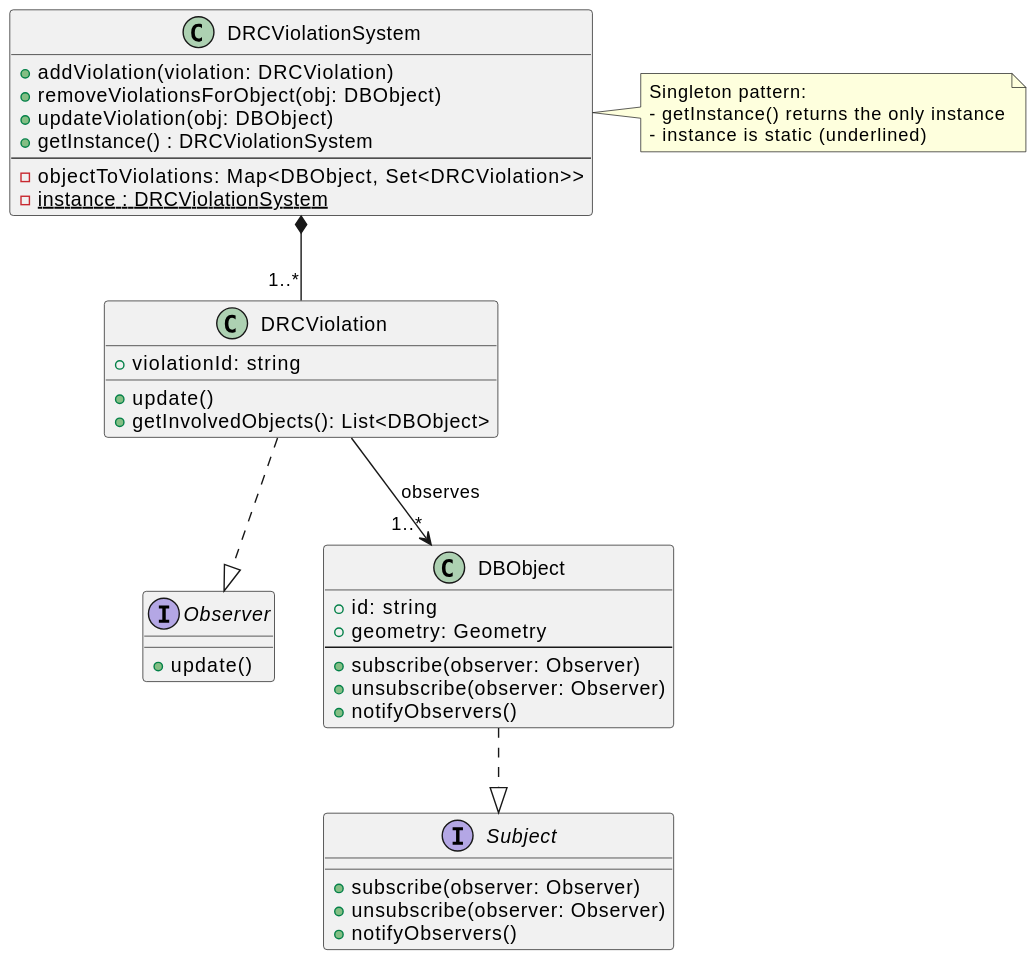
Above: design/design.svg in detective-sokka/DRCViolationSystem (PlantUML), before the change.
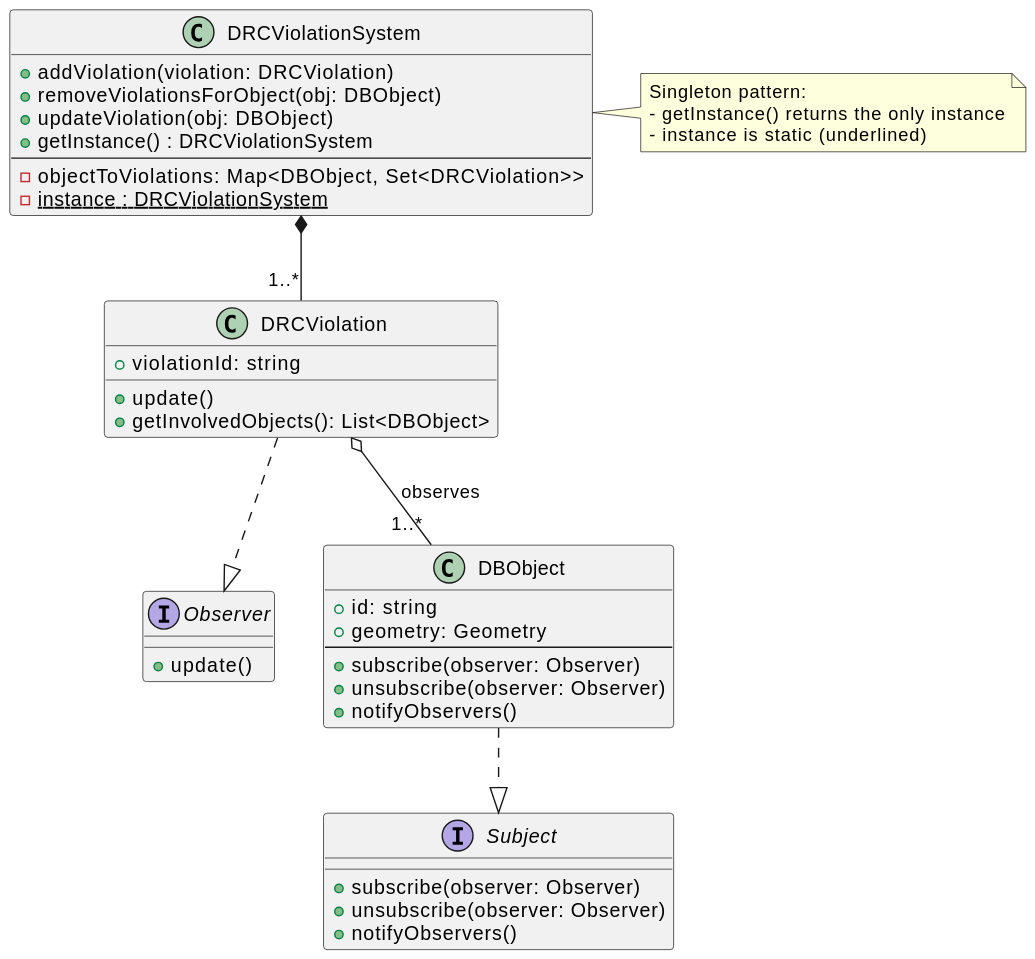
The same file after the commit.

Commit message:
Modify design diagram to make DBObject to DRCViolation an aggregation.

The edit, as a diff of the source:
```diff
@@ -36,7 +36,7 @@
 
 DBObject ..|> Subject
 DRCViolation ..|> Observer
-DRCViolation --> "1..*" DBObject : observes
+DRCViolation o-- "1..*" DBObject : observes
 
 DRCViolationSystem *-- "1..*" DRCViolation
 note right of DRCViolationSystem
```
